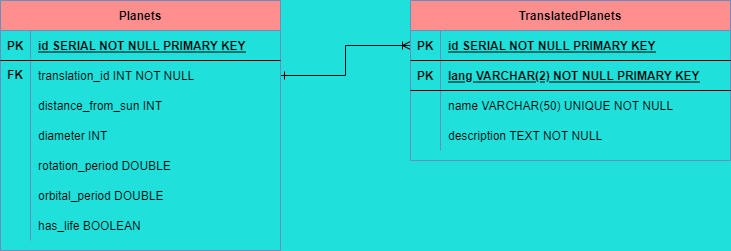
tsgsOFFICIAL/Kilgharrah keeps this draw.io diagram as DB/Planets ER Diagram.png. Above is the earlier version. Source tidied: cells renumbered, new cells last; positions are measured from the earlier drawing's top-left corner, leaving out a move shared by most shapes.
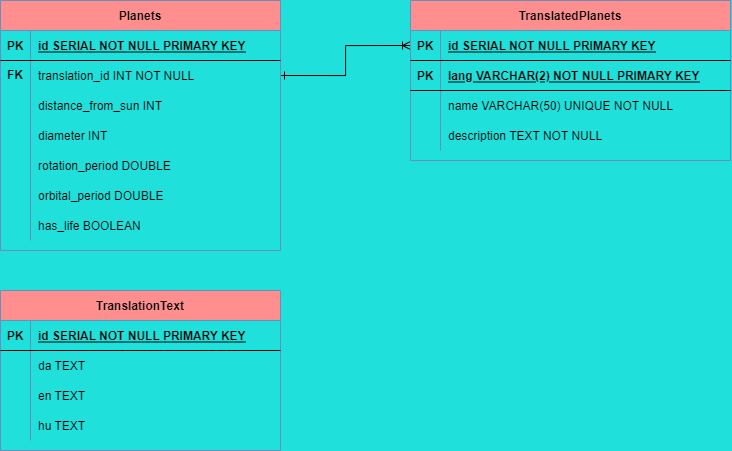
Later version of the same file.

Change to the diagram source:
```diff
@@ -113,5 +113,44 @@
     <mxCell id="38" value="&lt;b&gt;FK&lt;/b&gt;" style="text;html=1;strokeColor=none;fillColor=none;align=center;verticalAlign=middle;whiteSpace=wrap;rounded=0;" parent="1" vertex="1">
       <mxGeometry y="60" width="30" height="30" as="geometry" />
     </mxCell>
+    <mxCell id="39" value="TranslationText" style="shape=table;startSize=30;rowLines=0;fontStyle=1;align=center;fillColor=#FF8F8F;strokeColor=#6c8ebf;" parent="1" vertex="1">
+      <mxGeometry y="290" width="280" height="160" as="geometry" />
+    </mxCell>
+    <mxCell id="40" style="shape=partialRectangle;fillColor=none;top=0;left=0;right=0;bottom=1;" parent="39" vertex="1">
+      <mxGeometry y="30" width="280" height="30" as="geometry" />
+    </mxCell>
+    <mxCell id="41" value="PK" style="shape=partialRectangle;overflow=hidden;fillColor=none;top=0;left=0;bottom=0;right=0;fontStyle=1;" parent="40" vertex="1">
+      <mxGeometry width="30" height="30" as="geometry" />
+    </mxCell>
+    <mxCell id="42" value="id SERIAL NOT NULL PRIMARY KEY" style="shape=partialRectangle;overflow=hidden;fillColor=none;top=0;left=0;bottom=0;right=0;align=left;spacingLeft=6;fontStyle=5;" parent="40" vertex="1">
+      <mxGeometry x="30" width="250" height="30" as="geometry" />
+    </mxCell>
+    <mxCell id="43" style="shape=partialRectangle;fillColor=none;top=0;left=0;right=0;bottom=0;" parent="39" vertex="1">
+      <mxGeometry y="60" width="280" height="30" as="geometry" />
+    </mxCell>
+    <mxCell id="44" style="shape=partialRectangle;overflow=hidden;fillColor=none;top=0;left=0;bottom=0;right=0;" parent="43" vertex="1">
+      <mxGeometry width="30" height="30" as="geometry" />
+    </mxCell>
+    <mxCell id="45" value="da TEXT" style="shape=partialRectangle;overflow=hidden;fillColor=none;top=0;left=0;bottom=0;right=0;align=left;spacingLeft=6;" parent="43" vertex="1">
+      <mxGeometry x="30" width="250" height="30" as="geometry" />
+    </mxCell>
+    <mxCell id="46" style="shape=partialRectangle;fillColor=none;top=0;left=0;right=0;bottom=0;" parent="39" vertex="1">
+      <mxGeometry y="90" width="280" height="30" as="geometry" />
+    </mxCell>
+    <mxCell id="47" style="shape=partialRectangle;overflow=hidden;fillColor=none;top=0;left=0;bottom=0;right=0;" parent="46" vertex="1">
+      <mxGeometry width="30" height="30" as="geometry" />
+    </mxCell>
+    <mxCell id="48" value="en TEXT" style="shape=partialRectangle;overflow=hidden;fillColor=none;top=0;left=0;bottom=0;right=0;align=left;spacingLeft=6;" parent="46" vertex="1">
+      <mxGeometry x="30" width="250" height="30" as="geometry" />
+    </mxCell>
+    <mxCell id="49" style="shape=partialRectangle;fillColor=none;top=0;left=0;right=0;bottom=0;" parent="39" vertex="1">
+      <mxGeometry y="120" width="280" height="30" as="geometry" />
+    </mxCell>
+    <mxCell id="50" style="shape=partialRectangle;overflow=hidden;fillColor=none;top=0;left=0;bottom=0;right=0;" parent="49" vertex="1">
+      <mxGeometry width="30" height="30" as="geometry" />
+    </mxCell>
+    <mxCell id="51" value="hu TEXT" style="shape=partialRectangle;overflow=hidden;fillColor=none;top=0;left=0;bottom=0;right=0;align=left;spacingLeft=6;" parent="49" vertex="1">
+      <mxGeometry x="30" width="250" height="30" as="geometry" />
+    </mxCell>
   </root>
 </mxGraphModel>
```
